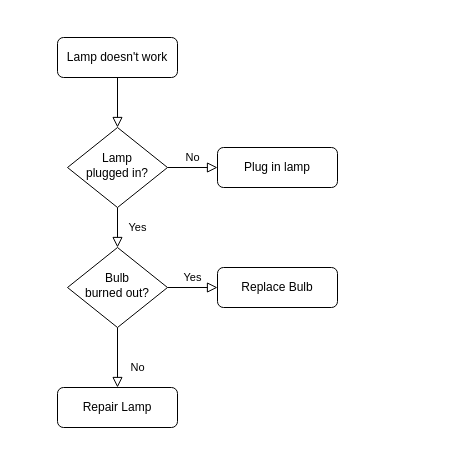
Above: Flowchart.drawio in hanggaa/Diagram (draw.io), before the change. Source tidied: cells renumbered, new cells numbered last; positions are measured from the earlier drawing's top-left corner, leaving out a move shared by most shapes. Both pictures are drawn from the tidied source at 100%, with x=0, y=0 at pixel (57, 37).
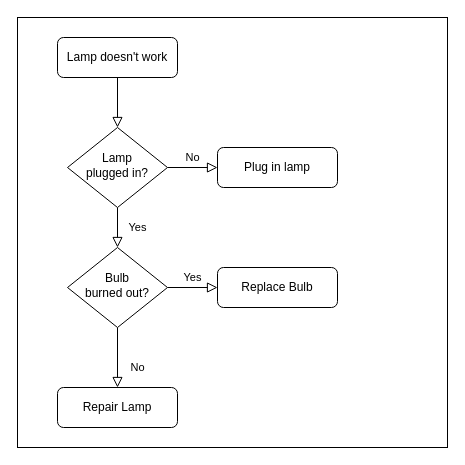
The same page after the edit.

Diff of the diagram source:
```diff
@@
 <mxGraphModel>
   <root>
     <mxCell id="0" />
     <mxCell id="1" parent="0" />
+    <mxCell id="13" style="whiteSpace=wrap;html=1;" parent="1" vertex="1">
+      <mxGeometry x="-40" y="-20" width="430" height="430" as="geometry" />
+    </mxCell>
     <mxCell id="2" style="rounded=0;html=1;jettySize=auto;fontSize=11;endArrow=block;endFill=0;endSize=8;strokeWidth=1;shadow=0;labelBackgroundColor=none;edgeStyle=orthogonalEdgeStyle;" parent="1" edge="1" source="3" target="6">
       <mxGeometry relative="1" as="geometry" />
     </mxCell>
     <mxCell id="3" value="Lamp doesn't work" style="rounded=1;whiteSpace=wrap;html=1;fontSize=12;glass=0;strokeWidth=1;shadow=0;" parent="1" vertex="1">
       <mxGeometry width="120" height="40" as="geometry" />
     </mxCell>
     <mxCell id="4" value="Yes" style="rounded=0;html=1;jettySize=auto;fontSize=11;endArrow=block;endFill=0;endSize=8;strokeWidth=1;shadow=0;labelBackgroundColor=none;edgeStyle=orthogonalEdgeStyle;" parent="1" edge="1" source="6" target="10">
       <mxGeometry y="20" relative="1" as="geometry" />
     </mxCell>
     <mxCell id="5" value="No" style="edgeStyle=orthogonalEdgeStyle;rounded=0;html=1;jettySize=auto;fontSize=11;endArrow=block;endFill=0;endSize=8;strokeWidth=1;shadow=0;labelBackgroundColor=none;" parent="1" edge="1" source="6" target="7">
       <mxGeometry y="10" relative="1" as="geometry" />
     </mxCell>
     <mxCell id="6" value="Lamp&lt;br&gt;plugged in?" style="rhombus;whiteSpace=wrap;html=1;shadow=0;fontFamily=Helvetica;fontSize=12;align=center;strokeWidth=1;spacing=6;spacingTop=-4;" parent="1" vertex="1">
       <mxGeometry x="10" y="90" width="100" height="80" as="geometry" />
     </mxCell>
     <mxCell id="7" value="Plug in lamp" style="rounded=1;whiteSpace=wrap;html=1;fontSize=12;glass=0;strokeWidth=1;shadow=0;" parent="1" vertex="1">
       <mxGeometry x="160" y="110" width="120" height="40" as="geometry" />
     </mxCell>
     <mxCell id="8" value="No" style="rounded=0;html=1;jettySize=auto;fontSize=11;endArrow=block;endFill=0;endSize=8;strokeWidth=1;shadow=0;labelBackgroundColor=none;edgeStyle=orthogonalEdgeStyle;" parent="1" edge="1" source="10" target="11">
       <mxGeometry x="0.33" y="20" relative="1" as="geometry" />
     </mxCell>
     <mxCell id="9" value="Yes" style="edgeStyle=orthogonalEdgeStyle;rounded=0;html=1;jettySize=auto;fontSize=11;endArrow=block;endFill=0;endSize=8;strokeWidth=1;shadow=0;labelBackgroundColor=none;" parent="1" edge="1" source="10" target="12">
       <mxGeometry y="10" relative="1" as="geometry" />
     </mxCell>
     <mxCell id="10" value="Bulb&lt;br&gt;burned out?" style="rhombus;whiteSpace=wrap;html=1;shadow=0;fontFamily=Helvetica;fontSize=12;align=center;strokeWidth=1;spacing=6;spacingTop=-4;" parent="1" vertex="1">
       <mxGeometry x="10" y="210" width="100" height="80" as="geometry" />
     </mxCell>
     <mxCell id="11" value="Repair Lamp" style="rounded=1;whiteSpace=wrap;html=1;fontSize=12;glass=0;strokeWidth=1;shadow=0;" parent="1" vertex="1">
       <mxGeometry y="350" width="120" height="40" as="geometry" />
     </mxCell>
     <mxCell id="12" value="Replace Bulb" style="rounded=1;whiteSpace=wrap;html=1;fontSize=12;glass=0;strokeWidth=1;shadow=0;" parent="1" vertex="1">
       <mxGeometry x="160" y="230" width="120" height="40" as="geometry" />
     </mxCell>
   </root>
 </mxGraphModel>
```
